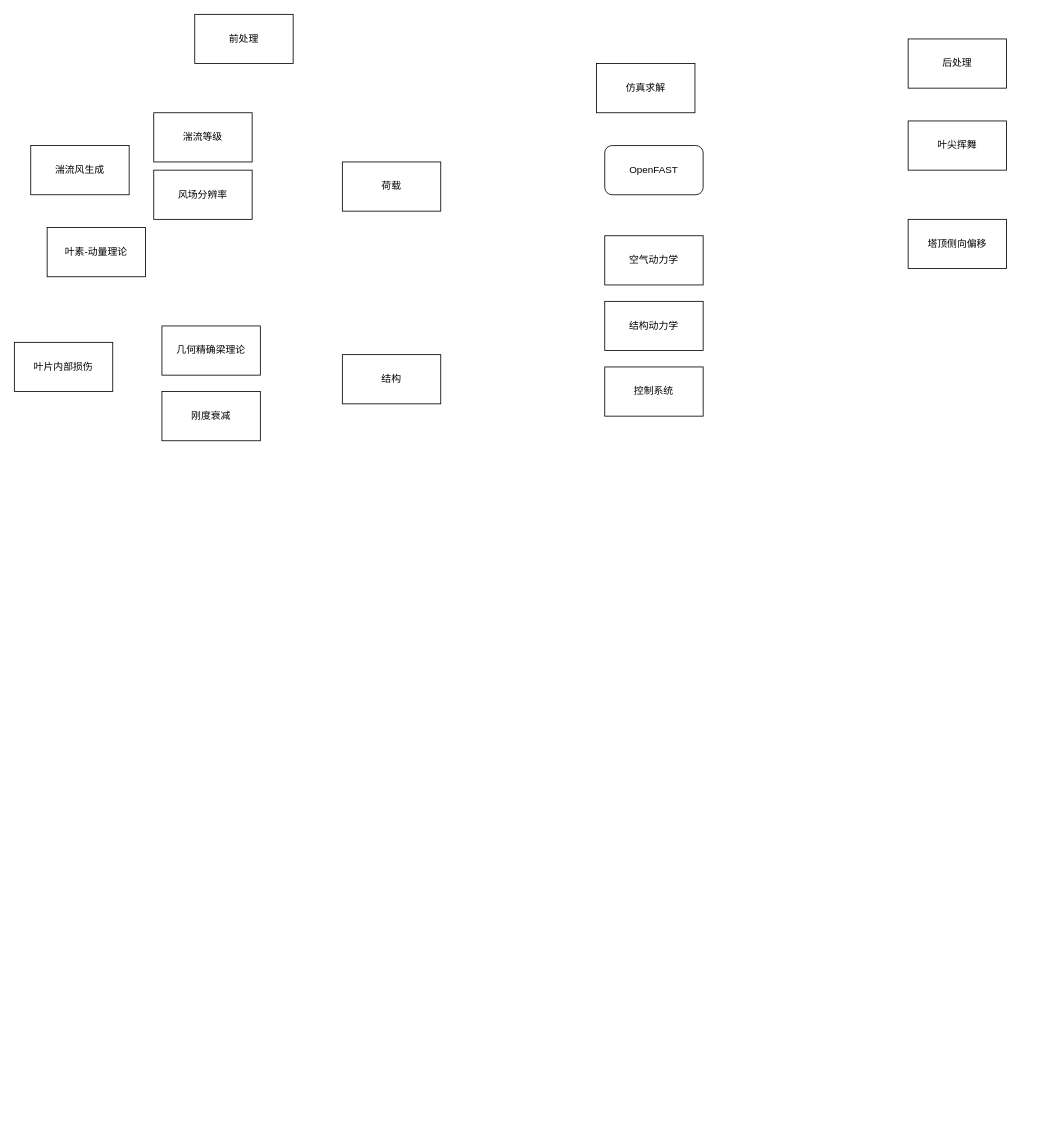
This is openfast.drawio from funkallll/deeplearning, a draw.io file, before an edit. Source tidied: cells renumbered, new cells numbered last; positions are measured from the earlier drawing's top-left corner, leaving out a move shared by most shapes. Both pictures are drawn from the tidied source at 82%, with x=0, y=0 at pixel (14, 14).
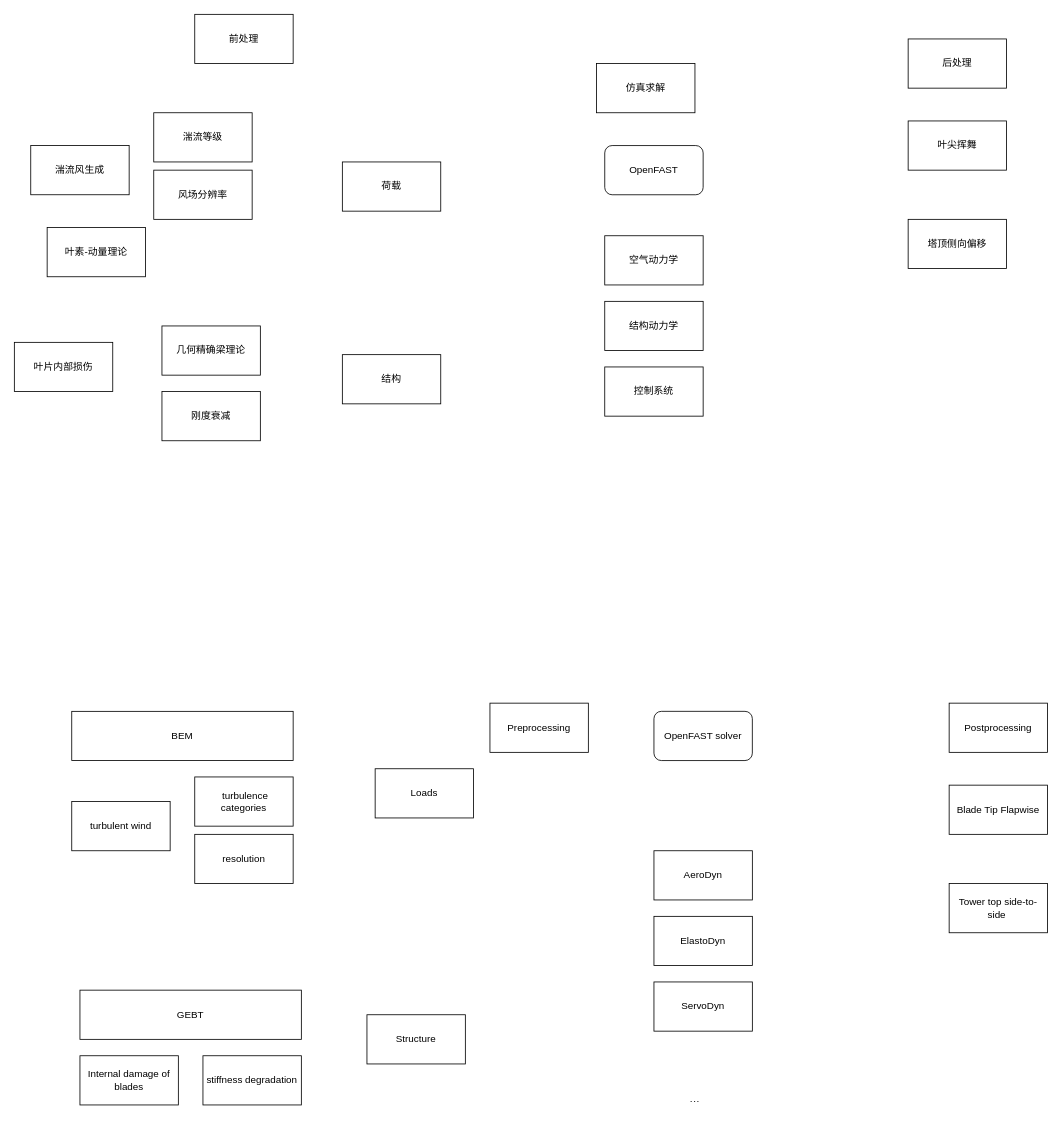
The same diagram, later.

Diff of the diagram source:
```diff
@@
+    <mxCell id="20" value="turbulent wind" style="rounded=0;whiteSpace=wrap;html=1;" parent="1" vertex="1">
+      <mxGeometry x="70" y="960" width="120" height="60" as="geometry" />
+    </mxCell>
+    <mxCell id="21" value="Internal damage of blades" style="rounded=0;whiteSpace=wrap;html=1;" parent="1" vertex="1">
+      <mxGeometry x="80" y="1270" width="120" height="60" as="geometry" />
+    </mxCell>
+    <mxCell id="22" value=" turbulence categories" style="rounded=0;whiteSpace=wrap;html=1;" parent="1" vertex="1">
+      <mxGeometry x="220" y="930" width="120" height="60" as="geometry" />
+    </mxCell>
+    <mxCell id="23" value="resolution" style="rounded=0;whiteSpace=wrap;html=1;" parent="1" vertex="1">
+      <mxGeometry x="220" y="1000" width="120" height="60" as="geometry" />
+    </mxCell>
+    <mxCell id="24" value="stiffness degradation" style="rounded=0;whiteSpace=wrap;html=1;" parent="1" vertex="1">
+      <mxGeometry x="230" y="1270" width="120" height="60" as="geometry" />
+    </mxCell>
+    <mxCell id="25" value="GEBT" style="rounded=0;whiteSpace=wrap;html=1;" parent="1" vertex="1">
+      <mxGeometry x="80" y="1190" width="270" height="60" as="geometry" />
+    </mxCell>
+    <mxCell id="26" value="Structure" style="rounded=0;whiteSpace=wrap;html=1;" parent="1" vertex="1">
+      <mxGeometry x="430" y="1220" width="120" height="60" as="geometry" />
+    </mxCell>
+    <mxCell id="27" value="Loads" style="rounded=0;whiteSpace=wrap;html=1;" parent="1" vertex="1">
+      <mxGeometry x="440" y="920" width="120" height="60" as="geometry" />
+    </mxCell>
+    <mxCell id="28" value="OpenFAST solver" style="rounded=1;whiteSpace=wrap;html=1;" parent="1" vertex="1">
+      <mxGeometry x="780" y="850" width="120" height="60" as="geometry" />
+    </mxCell>
+    <mxCell id="29" value="Preprocessing" style="rounded=0;whiteSpace=wrap;html=1;" parent="1" vertex="1">
+      <mxGeometry x="580" y="840" width="120" height="60" as="geometry" />
+    </mxCell>
+    <mxCell id="30" value="Postprocessing" style="rounded=0;whiteSpace=wrap;html=1;" parent="1" vertex="1">
+      <mxGeometry x="1140" y="840" width="120" height="60" as="geometry" />
+    </mxCell>
+    <mxCell id="31" value="Blade Tip Flapwise" style="rounded=0;whiteSpace=wrap;html=1;" parent="1" vertex="1">
+      <mxGeometry x="1140" y="940" width="120" height="60" as="geometry" />
+    </mxCell>
+    <mxCell id="32" value="Tower top side-to-side " style="rounded=0;whiteSpace=wrap;html=1;" parent="1" vertex="1">
+      <mxGeometry x="1140" y="1060" width="120" height="60" as="geometry" />
+    </mxCell>
+    <mxCell id="33" value="BEM" style="rounded=0;whiteSpace=wrap;html=1;" parent="1" vertex="1">
+      <mxGeometry x="70" y="850" width="270" height="60" as="geometry" />
+    </mxCell>
+    <mxCell id="34" value="ElastoDyn" style="rounded=0;whiteSpace=wrap;html=1;" parent="1" vertex="1">
+      <mxGeometry x="780" y="1100" width="120" height="60" as="geometry" />
+    </mxCell>
+    <mxCell id="35" value="AeroDyn" style="rounded=0;whiteSpace=wrap;html=1;" parent="1" vertex="1">
+      <mxGeometry x="780" y="1020" width="120" height="60" as="geometry" />
+    </mxCell>
+    <mxCell id="36" value="ServoDyn" style="rounded=0;whiteSpace=wrap;html=1;" parent="1" vertex="1">
+      <mxGeometry x="780" y="1180" width="120" height="60" as="geometry" />
+    </mxCell>
+    <mxCell id="37" value="···" style="text;html=1;whiteSpace=wrap;strokeColor=none;fillColor=none;align=center;verticalAlign=middle;rounded=0;" parent="1" vertex="1">
+      <mxGeometry x="800" y="1310" width="60" height="30" as="geometry" />
+    </mxCell>
```
